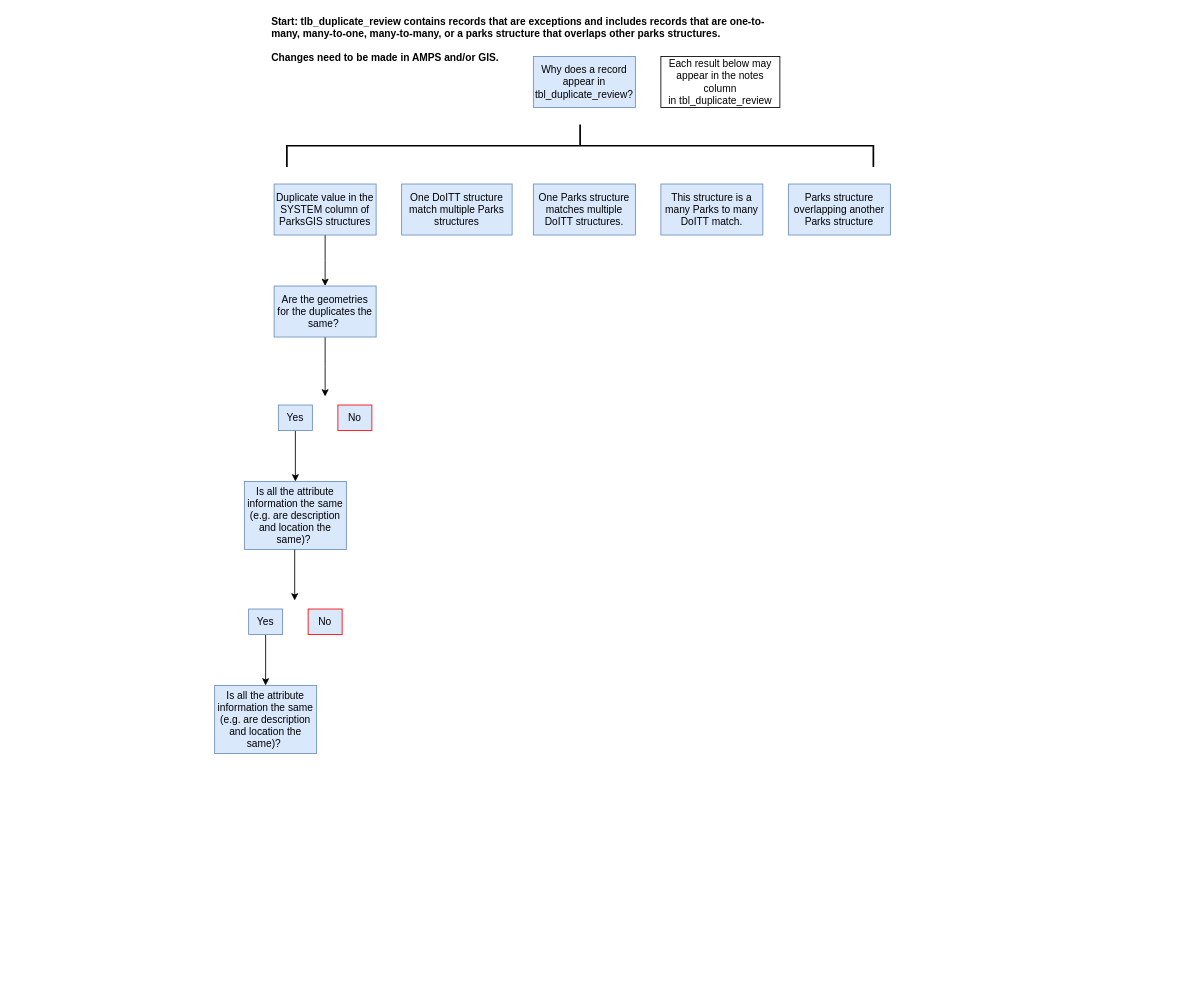
Above: Untitled Diagram.drawio in NYCParks-data/Structures (draw.io), before the change. Source tidied: cells renumbered, new cells numbered last; positions are measured from the earlier drawing's top-left corner, leaving out a move shared by most shapes. Both pictures are drawn from the tidied source at 85%, with x=0, y=0 at pixel (214, -148).
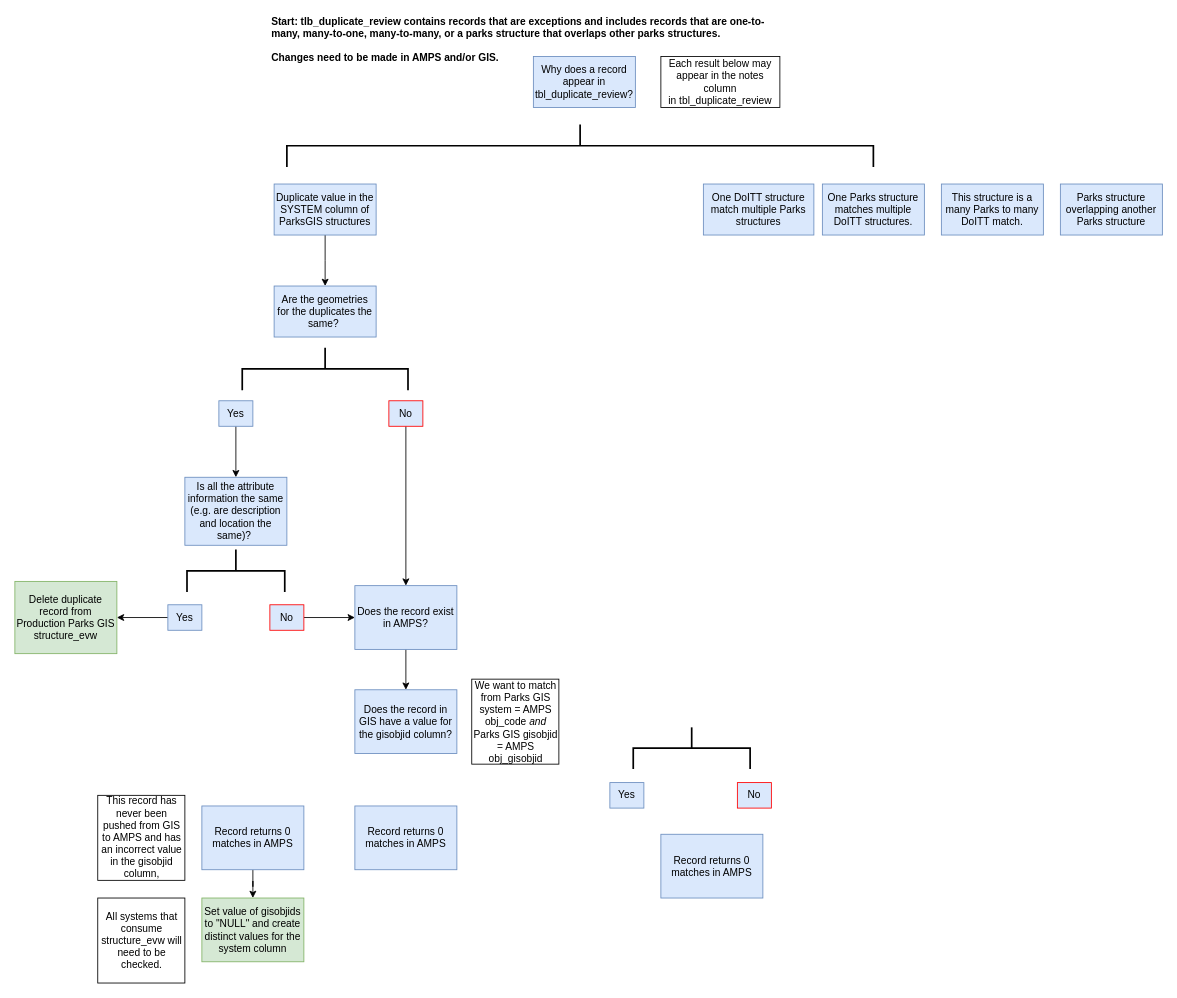
The same diagram, later.

Unchanged cells that the change refers to:
```xml
<mxCell id="13" value="Are the geometries for the duplicates the same?&amp;nbsp;" style="rounded=0;whiteSpace=wrap;html=1;fillColor=#dae8fc;strokeColor=#6c8ebf;" parent="1" vertex="1">
  <mxGeometry x="70" y="510" width="120" height="60" as="geometry" />
</mxCell>
```

The edit, as a diff of the source:
```diff
@@
     <mxCell id="2" value="&lt;div style=&quot;box-sizing: border-box&quot;&gt;&lt;font style=&quot;font-size: 12px&quot;&gt;This structure is a many Parks to many DoITT match.&lt;/font&gt;&lt;/div&gt;" style="rounded=0;whiteSpace=wrap;html=1;fillColor=#dae8fc;strokeColor=#6c8ebf;" parent="1" vertex="1">
-      <mxGeometry x="525" y="390" width="120" height="60" as="geometry" />
+      <mxGeometry x="855" y="390" width="120" height="60" as="geometry" />
     </mxCell>
     <mxCell id="3" value="&lt;div style=&quot;box-sizing: border-box ; font-family: &amp;#34;segoe ui&amp;#34; , , &amp;#34;apple color emoji&amp;#34; , &amp;#34;segoe ui emoji&amp;#34; , sans-serif&quot;&gt;One Parks structure matches multiple DoITT structures.&lt;/div&gt;" style="rounded=0;whiteSpace=wrap;html=1;fillColor=#dae8fc;strokeColor=#6c8ebf;" parent="1" vertex="1">
-      <mxGeometry x="375" y="390" width="120" height="60" as="geometry" />
+      <mxGeometry x="715" y="390" width="120" height="60" as="geometry" />
     </mxCell>
     <mxCell id="4" value="&lt;div style=&quot;box-sizing: border-box ; font-family: &amp;#34;segoe ui&amp;#34; , , &amp;#34;apple color emoji&amp;#34; , &amp;#34;segoe ui emoji&amp;#34; , sans-serif&quot;&gt;One DoITT structure match multiple Parks structures&lt;/div&gt;" style="rounded=0;whiteSpace=wrap;html=1;fillColor=#dae8fc;strokeColor=#6c8ebf;" parent="1" vertex="1">
-      <mxGeometry x="220" y="390" width="130" height="60" as="geometry" />
+      <mxGeometry x="575" y="390" width="130" height="60" as="geometry" />
     </mxCell>
@@
     <mxCell id="6" value="&lt;div style=&quot;box-sizing: border-box ; font-family: &amp;#34;segoe ui&amp;#34; , , &amp;#34;apple color emoji&amp;#34; , &amp;#34;segoe ui emoji&amp;#34; , sans-serif ; font-size: 14px&quot;&gt;&lt;div style=&quot;box-sizing: border-box ; font-family: &amp;#34;segoe ui&amp;#34; , , &amp;#34;apple color emoji&amp;#34; , &amp;#34;segoe ui emoji&amp;#34; , sans-serif ; font-size: 12px&quot;&gt;Parks structure overlapping another Parks structure&lt;/div&gt;&lt;/div&gt;" style="rounded=0;whiteSpace=wrap;html=1;fillColor=#dae8fc;strokeColor=#6c8ebf;" parent="1" vertex="1">
-      <mxGeometry x="675" y="390" width="120" height="60" as="geometry" />
+      <mxGeometry x="995" y="390" width="120" height="60" as="geometry" />
     </mxCell>
@@
-    <mxCell id="12" style="edgeStyle=orthogonalEdgeStyle;rounded=0;jettySize=auto;html=1;" parent="1" edge="1" source="13">
-      <mxGeometry relative="1" as="geometry">
-        <mxPoint x="130" y="640" as="targetPoint" />
-      </mxGeometry>
-    </mxCell>
@@
     <mxCell id="15" value="Yes" style="rounded=0;whiteSpace=wrap;html=1;fillColor=#dae8fc;strokeColor=#6c8ebf;" parent="1" vertex="1">
-      <mxGeometry x="75" y="650" width="40" height="30" as="geometry" />
+      <mxGeometry x="5" y="645" width="40" height="30" as="geometry" />
     </mxCell>
+    <mxCell id="23" style="edgeStyle=orthogonalEdgeStyle;rounded=0;jettySize=auto;html=1;entryX=0.5;entryY=0;entryDx=0;entryDy=0;" parent="1" edge="1" source="16" target="26">
+      <mxGeometry relative="1" as="geometry" />
+    </mxCell>
     <mxCell id="16" value="No" style="rounded=0;whiteSpace=wrap;html=1;fillColor=#dae8fc;strokeColor=#FF0000;" parent="1" vertex="1">
-      <mxGeometry x="145" y="650" width="40" height="30" as="geometry" />
+      <mxGeometry x="205" y="645" width="40" height="30" as="geometry" />
     </mxCell>
     <mxCell id="17" value="Is all the attribute information the same (e.g. are description and location the same)?&amp;nbsp;" style="rounded=0;whiteSpace=wrap;html=1;fillColor=#dae8fc;strokeColor=#6c8ebf;" parent="1" vertex="1">
-      <mxGeometry x="35" y="740" width="120" height="80" as="geometry" />
+      <mxGeometry x="-35" y="735" width="120" height="80" as="geometry" />
     </mxCell>
@@
     <mxCell id="19" value="Yes" style="rounded=0;whiteSpace=wrap;html=1;fillColor=#dae8fc;strokeColor=#6c8ebf;" parent="1" vertex="1">
-      <mxGeometry x="40" y="890" width="40" height="30" as="geometry" />
+      <mxGeometry x="-55" y="885" width="40" height="30" as="geometry" />
     </mxCell>
+    <mxCell id="24" style="edgeStyle=orthogonalEdgeStyle;rounded=0;jettySize=auto;html=1;" parent="1" edge="1" source="20" target="26">
+      <mxGeometry relative="1" as="geometry" />
+    </mxCell>
     <mxCell id="20" value="No" style="rounded=0;whiteSpace=wrap;html=1;fillColor=#dae8fc;strokeColor=#FF0000;" parent="1" vertex="1">
-      <mxGeometry x="110" y="890" width="40" height="30" as="geometry" />
+      <mxGeometry x="65" y="885" width="40" height="30" as="geometry" />
     </mxCell>
-    <mxCell id="21" style="edgeStyle=orthogonalEdgeStyle;rounded=0;orthogonalLoop=1;jettySize=auto;html=1;" parent="1" edge="1">
-      <mxGeometry relative="1" as="geometry">
-        <mxPoint x="94.2" y="820" as="sourcePoint" />
-        <mxPoint x="94.2" y="880" as="targetPoint" />
-      </mxGeometry>
-    </mxCell>
-    <mxCell id="22" value="Is all the attribute information the same (e.g. are description and location the same)?&amp;nbsp;" style="rounded=0;whiteSpace=wrap;html=1;fillColor=#dae8fc;strokeColor=#6c8ebf;" parent="1" vertex="1">
-      <mxGeometry y="980" width="120" height="80" as="geometry" />
+    <mxCell id="22" value="Delete duplicate record from Production Parks GIS structure_evw" style="rounded=0;whiteSpace=wrap;html=1;fillColor=#d5e8d4;strokeColor=#82b366;" parent="1" vertex="1">
+      <mxGeometry x="-235" y="857.5" width="120" height="85" as="geometry" />
     </mxCell>
+    <mxCell id="25" style="edgeStyle=orthogonalEdgeStyle;rounded=0;jettySize=auto;html=1;" parent="1" edge="1" source="26" target="31">
+      <mxGeometry relative="1" as="geometry" />
+    </mxCell>
+    <mxCell id="26" value="Does the record exist in AMPS?" style="rounded=0;whiteSpace=wrap;html=1;fillColor=#dae8fc;strokeColor=#6c8ebf;" parent="1" vertex="1">
+      <mxGeometry x="165" y="862.5" width="120" height="75" as="geometry" />
+    </mxCell>
+    <mxCell id="27" style="strokeWidth=2;html=1;shape=mxgraph.flowchart.annotation_2;align=left;labelPosition=right;rotation=90;" parent="1" vertex="1">
+      <mxGeometry x="105" y="510" width="50" height="195" as="geometry" />
+    </mxCell>
+    <mxCell id="28" value="Yes" style="rounded=0;whiteSpace=wrap;html=1;fillColor=#dae8fc;strokeColor=#6c8ebf;" parent="1" vertex="1">
+      <mxGeometry x="465" y="1094.2" width="40" height="30" as="geometry" />
+    </mxCell>
+    <mxCell id="29" value="No" style="rounded=0;whiteSpace=wrap;html=1;fillColor=#dae8fc;strokeColor=#FF0000;" parent="1" vertex="1">
+      <mxGeometry x="615" y="1094.2" width="40" height="30" as="geometry" />
+    </mxCell>
+    <mxCell id="30" style="strokeWidth=2;html=1;shape=mxgraph.flowchart.annotation_2;align=left;labelPosition=right;rotation=90;" parent="1" vertex="1">
+      <mxGeometry x="536.7" y="985" width="49.1" height="137.5" as="geometry" />
+    </mxCell>
+    <mxCell id="31" value="Does the record in GIS have a value for the gisobjid column?" style="rounded=0;whiteSpace=wrap;html=1;fillColor=#dae8fc;strokeColor=#6c8ebf;" parent="1" vertex="1">
+      <mxGeometry x="165" y="985" width="120" height="75" as="geometry" />
+    </mxCell>
+    <mxCell id="32" style="strokeWidth=2;html=1;shape=mxgraph.flowchart.annotation_2;align=left;labelPosition=right;rotation=90;" parent="1" vertex="1">
+      <mxGeometry y="787.5" width="50" height="115" as="geometry" />
+    </mxCell>
+    <mxCell id="33" value="We want to match from Parks GIS system = AMPS obj_code &lt;i&gt;and&lt;/i&gt; Parks GIS gisobjid = AMPS obj_gisobjid" style="rounded=0;whiteSpace=wrap;html=1;" parent="1" vertex="1">
+      <mxGeometry x="302.5" y="972.5" width="102.5" height="100" as="geometry" />
+    </mxCell>
+    <mxCell id="34" style="edgeStyle=orthogonalEdgeStyle;rounded=0;jettySize=auto;html=1;" parent="1" edge="1" source="35" target="39">
+      <mxGeometry relative="1" as="geometry" />
+    </mxCell>
+    <mxCell id="35" value="Record returns 0 matches in AMPS" style="rounded=0;whiteSpace=wrap;html=1;fillColor=#dae8fc;strokeColor=#6c8ebf;" parent="1" vertex="1">
+      <mxGeometry x="-15" y="1121.7" width="120" height="75" as="geometry" />
+    </mxCell>
+    <mxCell id="36" value="Record returns 0 matches in AMPS" style="rounded=0;whiteSpace=wrap;html=1;fillColor=#dae8fc;strokeColor=#6c8ebf;" parent="1" vertex="1">
+      <mxGeometry x="525" y="1155" width="120" height="75" as="geometry" />
+    </mxCell>
+    <mxCell id="37" value="Record returns 0 matches in AMPS" style="rounded=0;whiteSpace=wrap;html=1;fillColor=#dae8fc;strokeColor=#6c8ebf;" parent="1" vertex="1">
+      <mxGeometry x="165" y="1121.7" width="120" height="75" as="geometry" />
+    </mxCell>
+    <mxCell id="38" value="This record has never been pushed from GIS to AMPS and has an incorrect value in the gisobjid column," style="rounded=0;whiteSpace=wrap;html=1;" parent="1" vertex="1">
+      <mxGeometry x="-137.5" y="1109.2" width="102.5" height="100" as="geometry" />
+    </mxCell>
+    <mxCell id="39" value="Set value of gisobjids to &quot;NULL&quot; and create distinct values for the system column" style="rounded=0;whiteSpace=wrap;html=1;fillColor=#d5e8d4;strokeColor=#82b366;" parent="1" vertex="1">
+      <mxGeometry x="-15" y="1230" width="120" height="75" as="geometry" />
+    </mxCell>
+    <mxCell id="40" value="All systems that consume structure_evw will need to be checked." style="rounded=0;whiteSpace=wrap;html=1;" parent="1" vertex="1">
+      <mxGeometry x="-137.5" y="1230" width="102.5" height="100" as="geometry" />
+    </mxCell>
```
